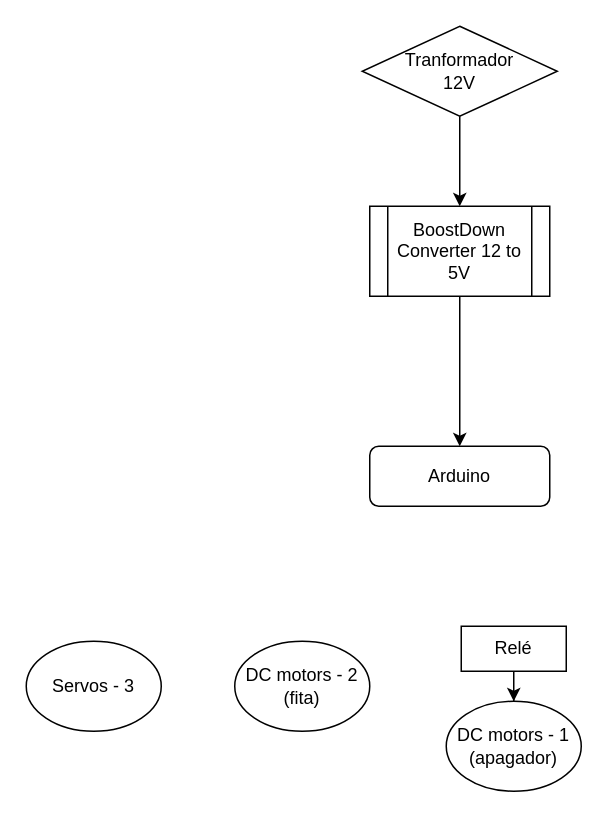
Before: Diagrams/Diagrama sem nome.drawio in HackerSchool/turing, a draw.io diagram. Source tidied: cells renumbered, new cells numbered last; positions are measured from the earlier drawing's top-left corner, leaving out a move shared by most shapes. Both pictures are drawn from the tidied source at 150%, with x=0, y=0 at pixel (26, 26).
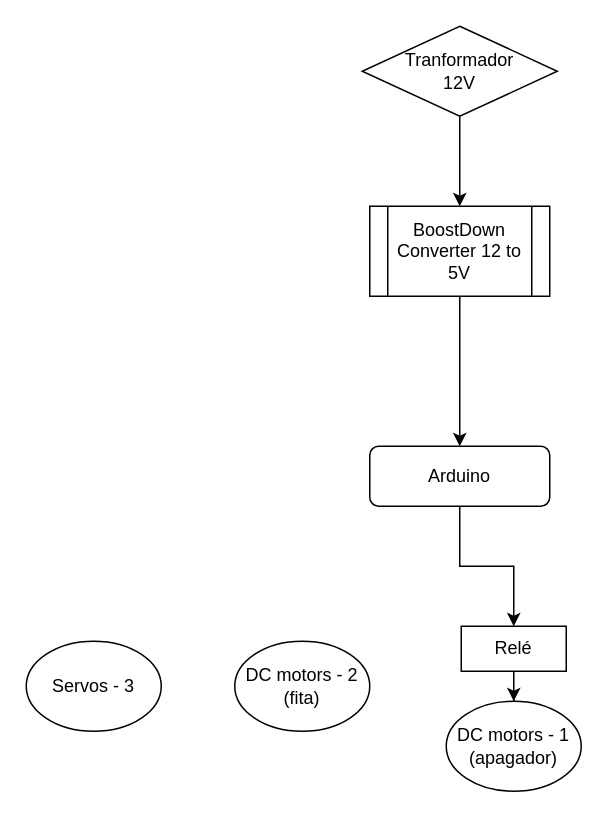
The same diagram, later.

The edit, as a diff of the source:
```diff
@@
 <mxGraphModel>
   <root>
     <mxCell id="0" />
     <mxCell id="1" parent="0" />
+    <mxCell id="12" style="edgeStyle=orthogonalEdgeStyle;rounded=0;jettySize=auto;html=1;entryX=0.5;entryY=0;entryDx=0;entryDy=0;" parent="1" edge="1" source="2" target="11">
+      <mxGeometry relative="1" as="geometry" />
+    </mxCell>
     <mxCell id="2" value="Arduino&lt;br&gt;" style="rounded=1;whiteSpace=wrap;html=1;fontSize=12;glass=0;strokeWidth=1;shadow=0;" parent="1" vertex="1">
       <mxGeometry x="229" y="280" width="120" height="40" as="geometry" />
     </mxCell>
     <mxCell id="3" style="edgeStyle=orthogonalEdgeStyle;rounded=0;jettySize=auto;html=1;entryX=0.5;entryY=0;entryDx=0;entryDy=0;" parent="1" edge="1" source="4" target="6">
       <mxGeometry relative="1" as="geometry" />
     </mxCell>
     <mxCell id="4" value="Tranformador&lt;br&gt;12V" style="rhombus;whiteSpace=wrap;html=1;" parent="1" vertex="1">
       <mxGeometry x="224" width="130" height="60" as="geometry" />
     </mxCell>
     <mxCell id="5" style="edgeStyle=orthogonalEdgeStyle;rounded=0;jettySize=auto;html=1;entryX=0.5;entryY=0;entryDx=0;entryDy=0;" parent="1" edge="1" source="6" target="2">
       <mxGeometry relative="1" as="geometry" />
     </mxCell>
     <mxCell id="6" value="BoostDown&lt;br&gt;Converter 12 to 5V" style="shape=process;whiteSpace=wrap;html=1;backgroundOutline=1;rotation=0;" parent="1" vertex="1">
       <mxGeometry x="229" y="120" width="120" height="60" as="geometry" />
     </mxCell>
     <mxCell id="7" value="Servos - 3" style="ellipse;whiteSpace=wrap;html=1;" parent="1" vertex="1">
       <mxGeometry y="410" width="90" height="60" as="geometry" />
     </mxCell>
     <mxCell id="8" value="DC motors - 2&lt;br&gt;(fita)" style="ellipse;whiteSpace=wrap;html=1;" parent="1" vertex="1">
       <mxGeometry x="139" y="410" width="90" height="60" as="geometry" />
     </mxCell>
     <mxCell id="9" value="DC motors - 1&lt;br&gt;(apagador)" style="ellipse;whiteSpace=wrap;html=1;" parent="1" vertex="1">
       <mxGeometry x="280" y="450" width="90" height="60" as="geometry" />
     </mxCell>
     <mxCell id="10" style="edgeStyle=orthogonalEdgeStyle;rounded=0;jettySize=auto;html=1;entryX=0.5;entryY=0;entryDx=0;entryDy=0;" parent="1" edge="1" source="11" target="9">
       <mxGeometry relative="1" as="geometry" />
     </mxCell>
     <mxCell id="11" value="Relé" style="rounded=0;whiteSpace=wrap;html=1;" parent="1" vertex="1">
       <mxGeometry x="290" y="400" width="70" height="30" as="geometry" />
     </mxCell>
   </root>
 </mxGraphModel>
```
